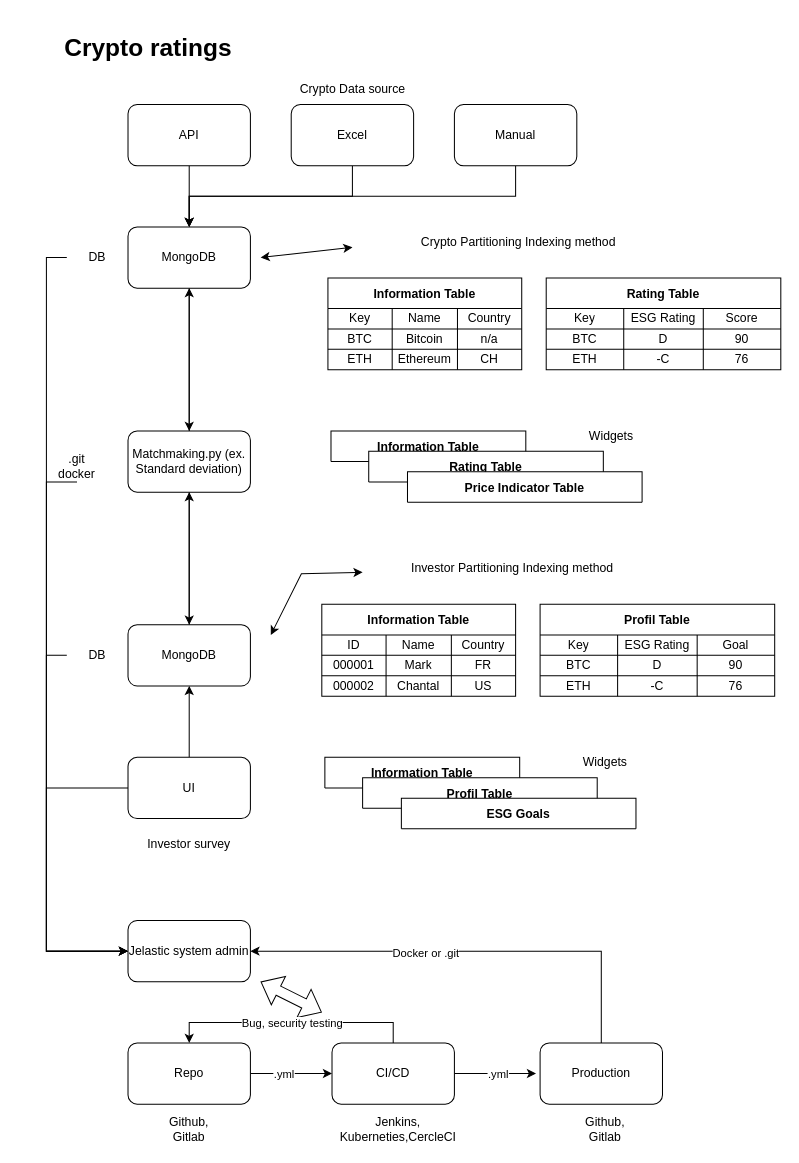
The draw.io diagram Chantal.drawio in guillaumelauzier/crypto-expert, before the edit. Source tidied: cells renumbered, new cells numbered last; positions are measured from the earlier drawing's top-left corner, leaving out a move shared by most shapes. Both pictures are drawn from the tidied source at 102%, with x=0, y=0 at pixel (46, 33).
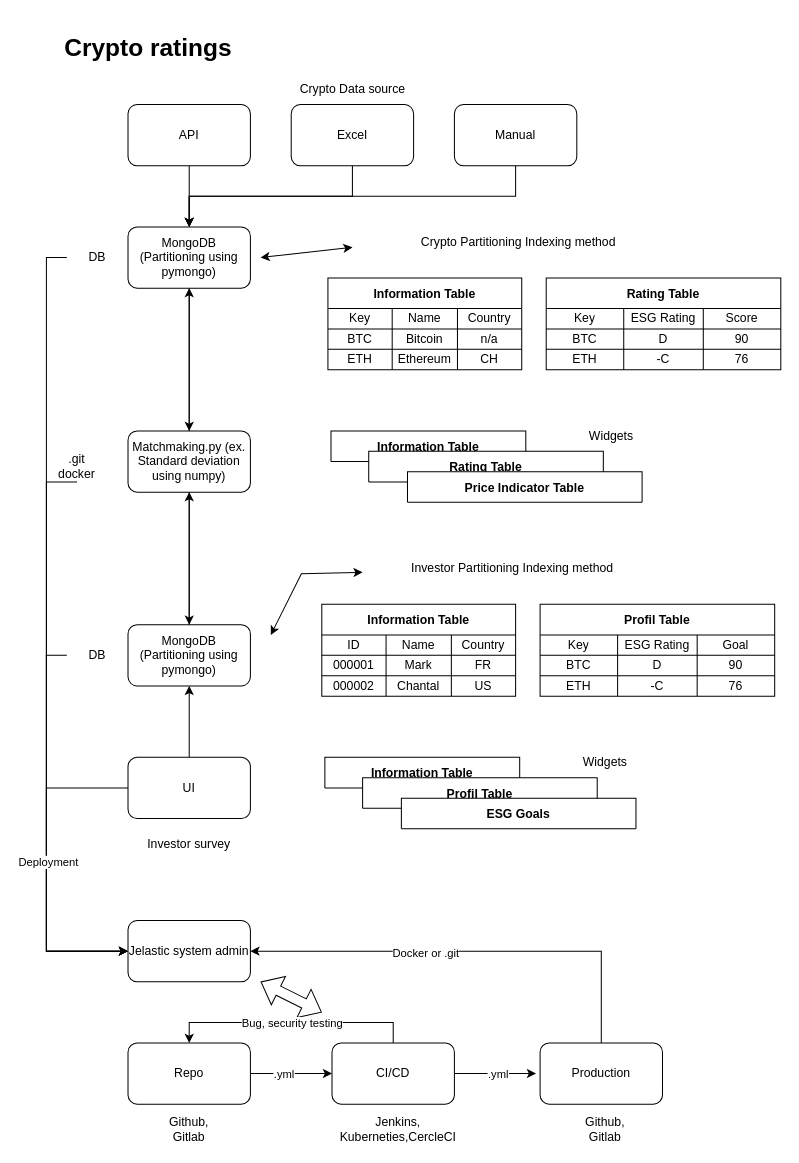
The same page after the edit.

Unchanged cells that the change refers to:
```xml
<mxCell id="89" style="edgeStyle=orthogonalEdgeStyle;rounded=0;jettySize=auto;html=1;exitX=0.5;exitY=1;exitDx=0;exitDy=0;entryX=0;entryY=0.5;entryDx=0;entryDy=0;" parent="1" edge="1" source="90" target="91">
  <mxGeometry relative="1" as="geometry">
    <Array as="points">
      <mxPoint y="440" />
      <mxPoint y="900" />
    </Array>
  </mxGeometry>
</mxCell>
```

The edit, as a diff of the source:
```diff
@@
-    <mxCell id="10" value="MongoDB" style="rounded=1;whiteSpace=wrap;html=1;" parent="1" vertex="1">
+    <mxCell id="10" value="MongoDB&lt;br&gt;(Partitioning using pymongo)" style="rounded=1;whiteSpace=wrap;html=1;" parent="1" vertex="1">
       <mxGeometry x="80" y="190" width="120" height="60" as="geometry" />
     </mxCell>
@@
-    <mxCell id="82" value="MongoDB" style="rounded=1;whiteSpace=wrap;html=1;" parent="1" vertex="1">
+    <mxCell id="82" value="MongoDB&lt;br&gt;(Partitioning using pymongo)" style="rounded=1;whiteSpace=wrap;html=1;" parent="1" vertex="1">
       <mxGeometry x="80" y="580" width="120" height="60" as="geometry" />
     </mxCell>
@@
-    <mxCell id="88" value="Matchmaking.py (ex. Standard deviation)" style="rounded=1;whiteSpace=wrap;html=1;" parent="1" vertex="1">
+    <mxCell id="88" value="Matchmaking.py (ex. Standard deviation using numpy)" style="rounded=1;whiteSpace=wrap;html=1;" parent="1" vertex="1">
       <mxGeometry x="80" y="390" width="120" height="60" as="geometry" />
     </mxCell>
@@
+    <mxCell id="107" value="Deployment" style="edgeLabel;html=1;align=center;verticalAlign=middle;" parent="89" vertex="1">
+      <mxGeometry x="0.41" y="1" relative="1" as="geometry" />
+    </mxCell>
```
